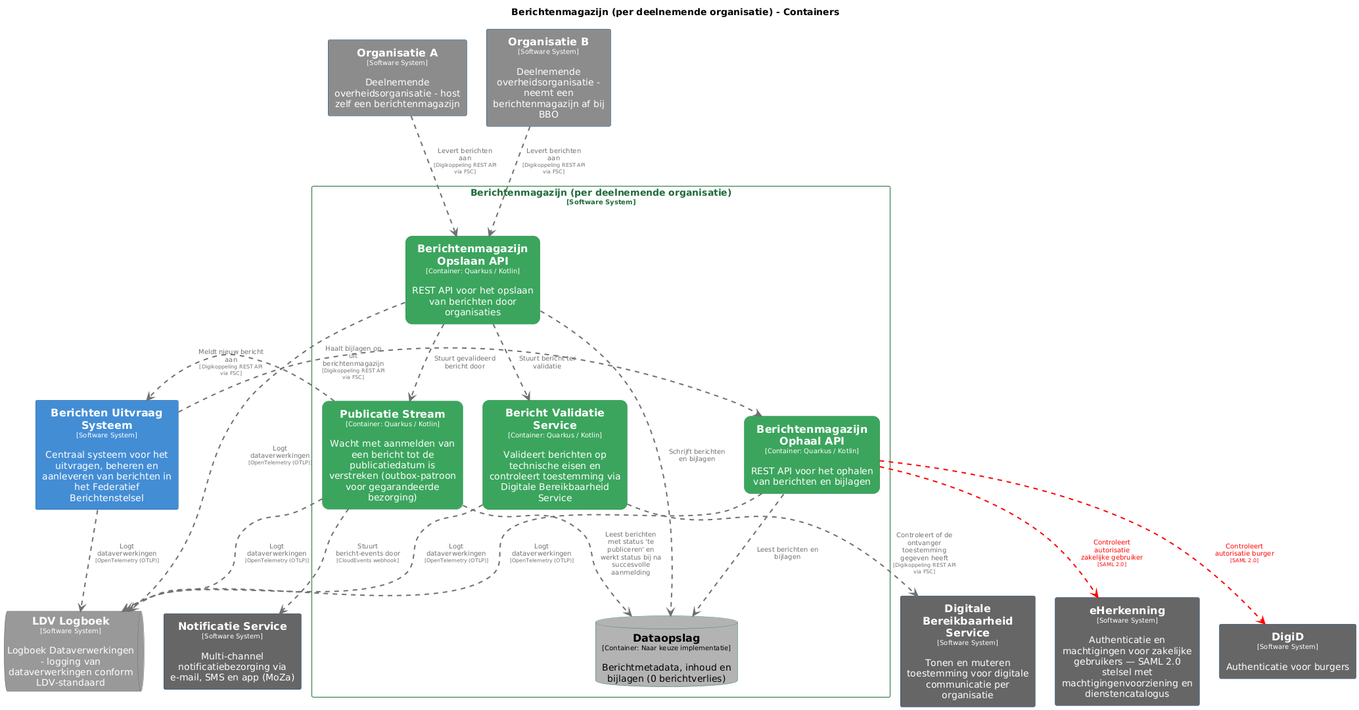
The PlantUML diagram pr-preview/pr-22/master/png/BerichtenmagazijnContainers.png in MinBZK/moza-poc-fbs-berichtenbox, before a commit.
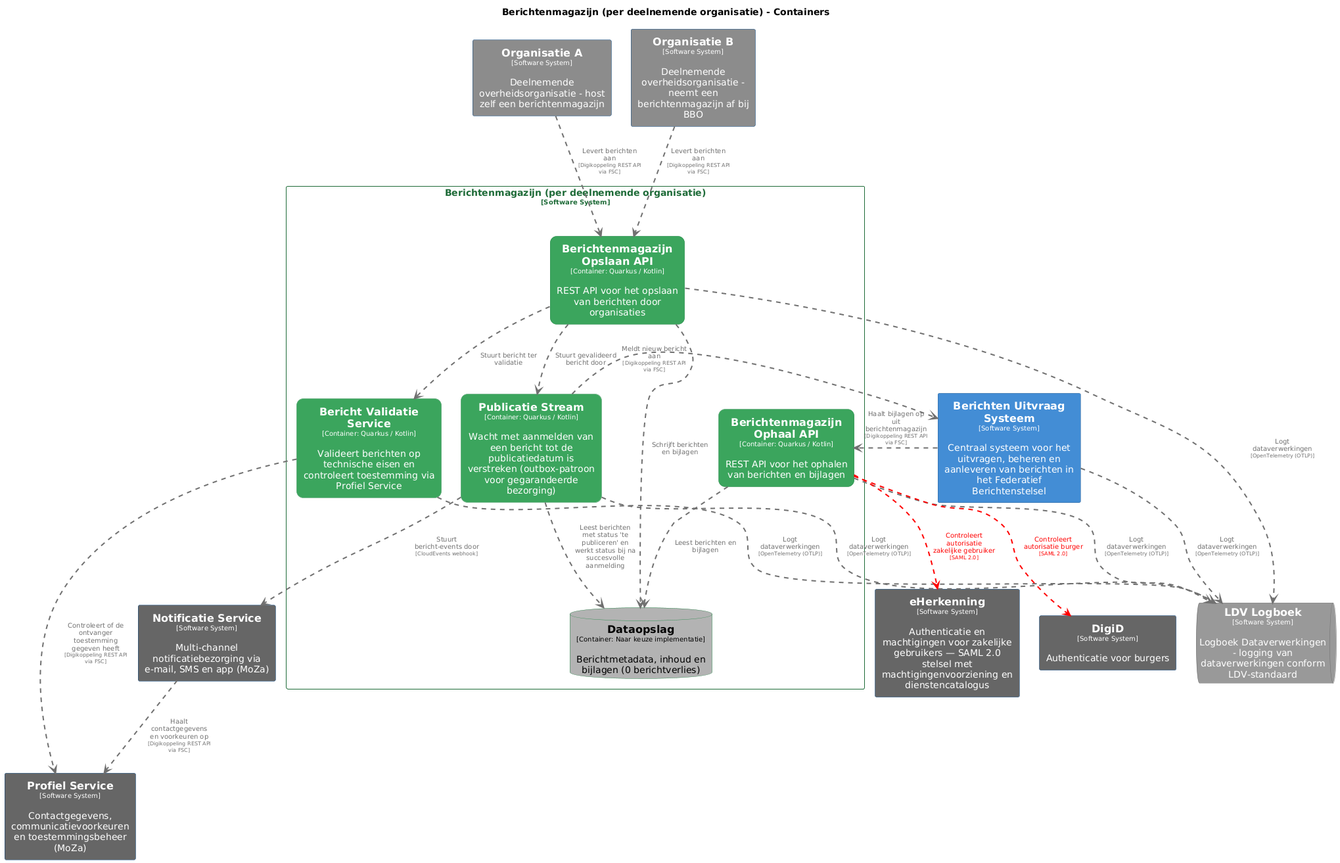
Above is the later version.

The edit, as a diff of the source:
```diff
@@ -54,12 +54,6 @@
   BorderColor #0b4884
   shadowing false
 }
-skinparam rectangle<<DigitaleBereikbaarheidService>> {
-  BackgroundColor #666666
-  FontColor #ffffff
-  BorderColor #0b4884
-  shadowing false
-}
 skinparam queue<<LDVLogboek>> {
   BackgroundColor #999999
   FontColor #ffffff
@@ -84,6 +78,12 @@
   BorderColor #0b4884
   shadowing false
 }
+skinparam rectangle<<ProfielService>> {
+  BackgroundColor #666666
+  FontColor #ffffff
+  BorderColor #0b4884
+  shadowing false
+}
 skinparam rectangle<<Berichtenmagazijnperdeelnemendeorganisatie.PublicatieStream>> {
   BackgroundColor #3ba55d
   FontColor #ffffff
@@ -103,8 +103,8 @@
   shadowing false
 }
 
+rectangle "==Profiel Service\n<size:10>[Software System]</size>\n\nContactgegevens, communicatievoorkeuren en toestemmingsbeheer (MoZa)" <<ProfielService>> as ProfielService
 rectangle "==Notificatie Service\n<size:10>[Software System]</size>\n\nMulti-channel notificatiebezorging via e-mail, SMS en app (MoZa)" <<NotificatieService>> as NotificatieService
-rectangle "==Digitale Bereikbaarheid Service\n<size:10>[Software System]</size>\n\nTonen en muteren toestemming voor digitale communicatie per organisatie" <<DigitaleBereikbaarheidService>> as DigitaleBereikbaarheidService
 rectangle "==eHerkenning\n<size:10>[Software System]</size>\n\nAuthenticatie en machtigingen voor zakelijke gebruikers — SAML 2.0 stelsel met machtigingenvoorziening en dienstencatalogus" <<eHerkenning>> as eHerkenning
 rectangle "==DigiD\n<size:10>[Software System]</size>\n\nAuthenticatie voor burgers" <<DigiD>> as DigiD
 rectangle "==Organisatie A\n<size:10>[Software System]</size>\n\nDeelnemende overheidsorganisatie - host zelf een berichtenmagazijn" <<OrganisatieA>> as OrganisatieA
@@ -116,11 +116,10 @@
   rectangle "==Berichtenmagazijn Ophaal API\n<size:10>[Container: Quarkus / Kotlin]</size>\n\nREST API voor het ophalen van berichten en bijlagen" <<Berichtenmagazijnperdeelnemendeorganisatie.BerichtenmagazijnOphaalAPI>> as Berichtenmagazijnperdeelnemendeorganisatie.BerichtenmagazijnOphaalAPI
   rectangle "==Berichtenmagazijn Opslaan API\n<size:10>[Container: Quarkus / Kotlin]</size>\n\nREST API voor het opslaan van berichten door organisaties" <<Berichtenmagazijnperdeelnemendeorganisatie.BerichtenmagazijnOpslaanAPI>> as Berichtenmagazijnperdeelnemendeorganisatie.BerichtenmagazijnOpslaanAPI
   database "==Dataopslag\n<size:10>[Container: Naar keuze implementatie]</size>\n\nBerichtmetadata, inhoud en bijlagen (0 berichtverlies)" <<Berichtenmagazijnperdeelnemendeorganisatie.Dataopslag>> as Berichtenmagazijnperdeelnemendeorganisatie.Dataopslag
-  rectangle "==Bericht Validatie Service\n<size:10>[Container: Quarkus / Kotlin]</size>\n\nValideert berichten op technische eisen en controleert toestemming via Digitale Bereikbaarheid Service" <<Berichtenmagazijnperdeelnemendeorganisatie.BerichtValidatieService>> as Berichtenmagazijnperdeelnemendeorganisatie.BerichtValidatieService
+  rectangle "==Bericht Validatie Service\n<size:10>[Container: Quarkus / Kotlin]</size>\n\nValideert berichten op technische eisen en controleert toestemming via Profiel Service" <<Berichtenmagazijnperdeelnemendeorganisatie.BerichtValidatieService>> as Berichtenmagazijnperdeelnemendeorganisatie.BerichtValidatieService
   rectangle "==Publicatie Stream\n<size:10>[Container: Quarkus / Kotlin]</size>\n\nWacht met aanmelden van een bericht tot de publicatiedatum is verstreken (outbox-patroon voor gegarandeerde bezorging)" <<Berichtenmagazijnperdeelnemendeorganisatie.PublicatieStream>> as Berichtenmagazijnperdeelnemendeorganisatie.PublicatieStream
 }
 
-Berichtenmagazijnperdeelnemendeorganisatie.BerichtenmagazijnOphaalAPI .[#ff0000,thickness=2].> DigiD : "<color:#ff0000>Controleert autorisatie burger\n<color:#ff0000><size:8>[SAML 2.0]</size>"
 Berichtenmagazijnperdeelnemendeorganisatie.BerichtenmagazijnOphaalAPI .[#707070,thickness=2].> LDVLogboek : "<color:#707070>Logt dataverwerkingen\n<color:#707070><size:8>[OpenTelemetry (OTLP)]</size>"
 Berichtenmagazijnperdeelnemendeorganisatie.BerichtenmagazijnOpslaanAPI .[#707070,thickness=2].> LDVLogboek : "<color:#707070>Logt dataverwerkingen\n<color:#707070><size:8>[OpenTelemetry (OTLP)]</size>"
 Berichtenmagazijnperdeelnemendeorganisatie.BerichtValidatieService .[#707070,thickness=2].> LDVLogboek : "<color:#707070>Logt dataverwerkingen\n<color:#707070><size:8>[OpenTelemetry (OTLP)]</size>"
@@ -134,8 +133,10 @@
 BerichtenUitvraagSysteem .[#707070,thickness=2].> Berichtenmagazijnperdeelnemendeorganisatie.BerichtenmagazijnOphaalAPI : "<color:#707070>Haalt bijlagen op uit berichtenmagazijn\n<color:#707070><size:8>[Digikoppeling REST API via FSC]</size>"
 Berichtenmagazijnperdeelnemendeorganisatie.PublicatieStream .[#707070,thickness=2].> BerichtenUitvraagSysteem : "<color:#707070>Meldt nieuw bericht aan\n<color:#707070><size:8>[Digikoppeling REST API via FSC]</size>"
 Berichtenmagazijnperdeelnemendeorganisatie.PublicatieStream .[#707070,thickness=2].> NotificatieService : "<color:#707070>Stuurt bericht-events door\n<color:#707070><size:8>[CloudEvents webhook]</size>"
+NotificatieService .[#707070,thickness=2].> ProfielService : "<color:#707070>Haalt contactgegevens en voorkeuren op\n<color:#707070><size:8>[Digikoppeling REST API via FSC]</size>"
 OrganisatieA .[#707070,thickness=2].> Berichtenmagazijnperdeelnemendeorganisatie.BerichtenmagazijnOpslaanAPI : "<color:#707070>Levert berichten aan\n<color:#707070><size:8>[Digikoppeling REST API via FSC]</size>"
 OrganisatieB .[#707070,thickness=2].> Berichtenmagazijnperdeelnemendeorganisatie.BerichtenmagazijnOpslaanAPI : "<color:#707070>Levert berichten aan\n<color:#707070><size:8>[Digikoppeling REST API via FSC]</size>"
-Berichtenmagazijnperdeelnemendeorganisatie.BerichtValidatieService .[#707070,thickness=2].> DigitaleBereikbaarheidService : "<color:#707070>Controleert of de ontvanger toestemming gegeven heeft\n<color:#707070><size:8>[Digikoppeling REST API via FSC]</size>"
+Berichtenmagazijnperdeelnemendeorganisatie.BerichtValidatieService .[#707070,thickness=2].> ProfielService : "<color:#707070>Controleert of de ontvanger toestemming gegeven heeft\n<color:#707070><size:8>[Digikoppeling REST API via FSC]</size>"
 Berichtenmagazijnperdeelnemendeorganisatie.BerichtenmagazijnOphaalAPI .[#ff0000,thickness=2].> eHerkenning : "<color:#ff0000>Controleert autorisatie zakelijke gebruiker\n<color:#ff0000><size:8>[SAML 2.0]</size>"
+Berichtenmagazijnperdeelnemendeorganisatie.BerichtenmagazijnOphaalAPI .[#ff0000,thickness=2].> DigiD : "<color:#ff0000>Controleert autorisatie burger\n<color:#ff0000><size:8>[SAML 2.0]</size>"
 @enduml
```
